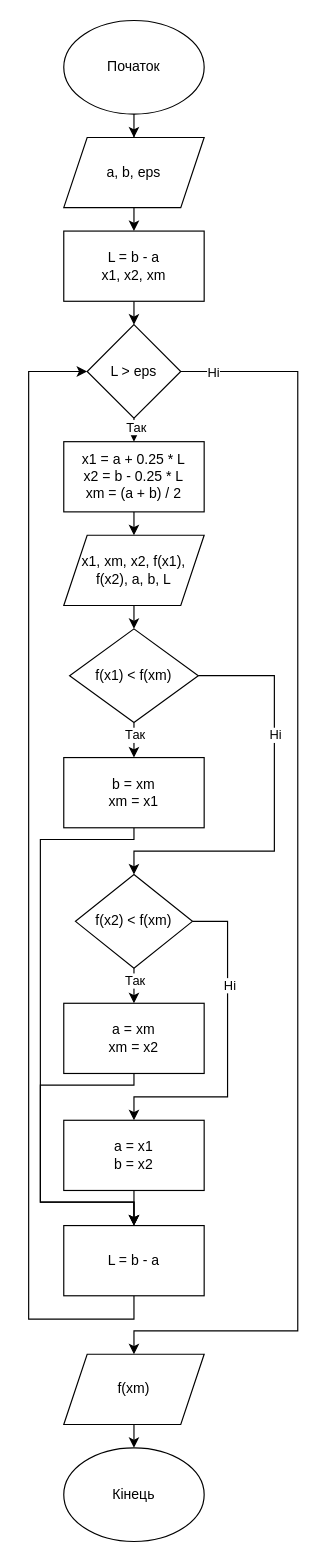
Earlier version of the draw.io diagram lab3/lab3.drawio (firebenderyt123/obbchisluvalni-methody). Source tidied: cells renumbered, new cells numbered last; positions are measured from the earlier drawing's top-left corner, leaving out a move shared by most shapes. Both pictures are drawn from the tidied source at 117%, with x=0, y=0 at pixel (28, 20).
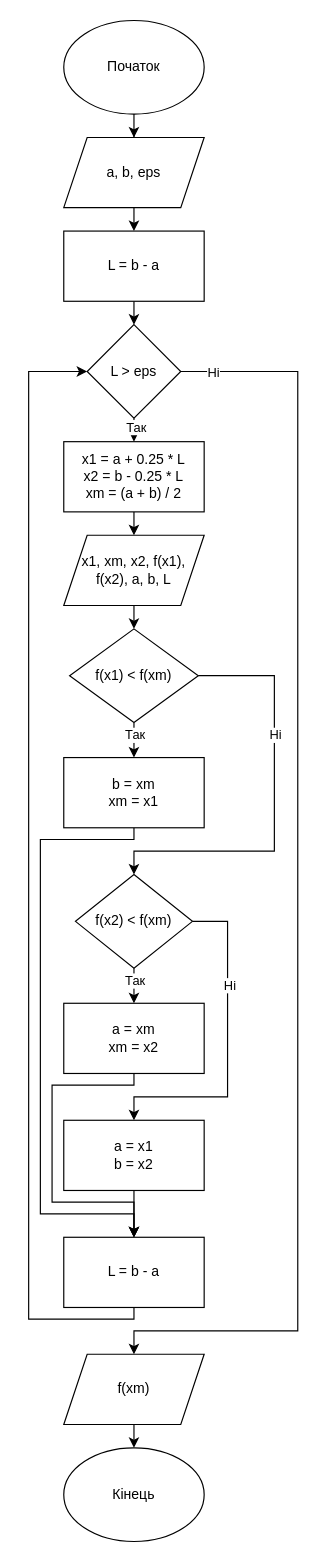
The same diagram, later.

Unchanged cells that the change refers to:
```xml
<mxCell id="22" value="b = xm&lt;br&gt;xm = x1" style="rounded=0;whiteSpace=wrap;html=1;" parent="1" vertex="1">
  <mxGeometry x="30" y="630" width="120" height="60" as="geometry" />
</mxCell>
<mxCell id="29" value="a = xm&lt;br&gt;xm = x2" style="rounded=0;whiteSpace=wrap;html=1;" parent="1" vertex="1">
  <mxGeometry x="30" y="840" width="120" height="60" as="geometry" />
</mxCell>
```

Diff of the diagram source:
```diff
@@
-    <mxCell id="8" value="L = b - a&lt;br&gt;x1, x2, xm" style="rounded=0;whiteSpace=wrap;html=1;" parent="1" vertex="1">
+    <mxCell id="8" value="L = b - a" style="rounded=0;whiteSpace=wrap;html=1;" parent="1" vertex="1">
       <mxGeometry x="30" y="180" width="120" height="60" as="geometry" />
     </mxCell>
@@
     <mxCell id="21" style="edgeStyle=orthogonalEdgeStyle;rounded=0;jettySize=auto;html=1;exitX=0.5;exitY=1;exitDx=0;exitDy=0;entryX=0.5;entryY=0;entryDx=0;entryDy=0;" parent="1" edge="1" source="22" target="33">
       <mxGeometry relative="1" as="geometry">
         <Array as="points">
           <mxPoint x="90" y="700" />
           <mxPoint x="10" y="700" />
-          <mxPoint x="10" y="1010" />
-          <mxPoint x="90" y="1010" />
+          <mxPoint x="10" y="1020" />
+          <mxPoint x="90" y="1020" />
         </Array>
       </mxGeometry>
     </mxCell>
@@
     <mxCell id="28" style="edgeStyle=orthogonalEdgeStyle;rounded=0;jettySize=auto;html=1;exitX=0.5;exitY=1;exitDx=0;exitDy=0;entryX=0.5;entryY=0;entryDx=0;entryDy=0;" parent="1" edge="1" source="29" target="33">
       <mxGeometry relative="1" as="geometry">
         <Array as="points">
           <mxPoint x="90" y="910" />
-          <mxPoint x="10" y="910" />
-          <mxPoint x="10" y="1010" />
+          <mxPoint x="20" y="910" />
+          <mxPoint x="20" y="1010" />
           <mxPoint x="90" y="1010" />
         </Array>
       </mxGeometry>
     </mxCell>
@@
     <mxCell id="33" value="L = b - a" style="rounded=0;whiteSpace=wrap;html=1;" parent="1" vertex="1">
-      <mxGeometry x="30" y="1030" width="120" height="60" as="geometry" />
+      <mxGeometry x="30" y="1040" width="120" height="60" as="geometry" />
     </mxCell>
```
